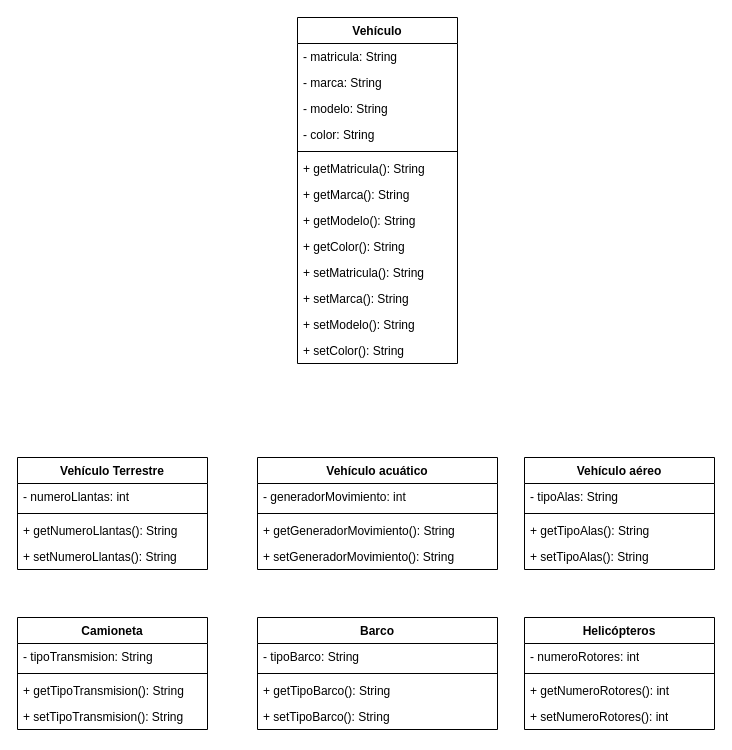
Above: Diagrama sin título.drawio in klichorf/diagramas (draw.io), before the change. Source tidied: cells renumbered, new cells numbered last; positions are measured from the earlier drawing's top-left corner, leaving out a move shared by most shapes. Both pictures are drawn from the tidied source at 100%, with x=0, y=0 at pixel (17, 17).
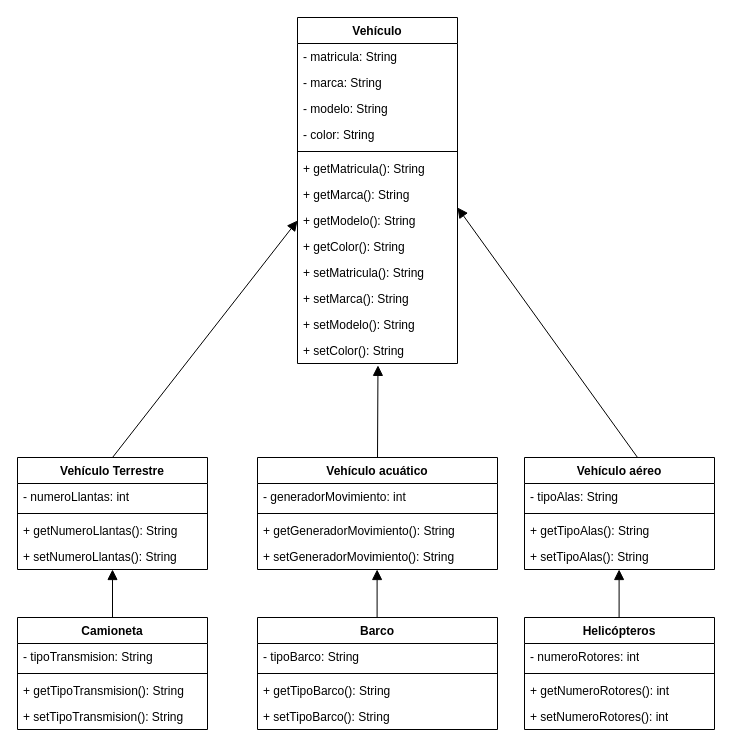
After the change.

Unchanged cells that the change refers to:
```xml
<mxCell id="2" value="Vehículo" style="swimlane;fontStyle=1;align=center;verticalAlign=top;horizontal=1;startSize=26;whiteSpace=wrap;html=1;" parent="1" vertex="1">
  <mxGeometry x="280" width="160" height="346" as="geometry" />
</mxCell>
<mxCell id="10" value="+ getModelo(): String" style="text;strokeColor=none;fillColor=none;align=left;verticalAlign=top;spacingLeft=4;spacingRight=4;overflow=hidden;points=[[0,0.5],[1,0.5]];portConstraint=eastwest;whiteSpace=wrap;html=1;" parent="2" vertex="1">
  <mxGeometry y="190" width="160" height="26" as="geometry" />
</mxCell>
<mxCell id="15" value="+ setColor(): String" style="text;strokeColor=none;fillColor=none;align=left;verticalAlign=top;spacingLeft=4;spacingRight=4;overflow=hidden;points=[[0,0.5],[1,0.5]];portConstraint=eastwest;whiteSpace=wrap;html=1;" parent="2" vertex="1">
  <mxGeometry y="320" width="160" height="26" as="geometry" />
</mxCell>
<mxCell id="16" value="Vehículo Terrestre" style="swimlane;fontStyle=1;align=center;verticalAlign=top;horizontal=1;startSize=26;whiteSpace=wrap;html=1;" parent="1" vertex="1">
  <mxGeometry y="440" width="190" height="112" as="geometry" />
</mxCell>
<mxCell id="20" value="+ setNumeroLlantas(): String" style="text;strokeColor=none;fillColor=none;align=left;verticalAlign=top;spacingLeft=4;spacingRight=4;overflow=hidden;points=[[0,0.5],[1,0.5]];portConstraint=eastwest;whiteSpace=wrap;html=1;" parent="16" vertex="1">
  <mxGeometry y="86" width="190" height="26" as="geometry" />
</mxCell>
<mxCell id="26" value="Vehículo aéreo" style="swimlane;fontStyle=1;align=center;verticalAlign=top;horizontal=1;startSize=26;whiteSpace=wrap;html=1;" parent="1" vertex="1">
  <mxGeometry x="507" y="440" width="190" height="112" as="geometry" />
</mxCell>
<mxCell id="31" value="Camioneta" style="swimlane;fontStyle=1;align=center;verticalAlign=top;horizontal=1;startSize=26;whiteSpace=wrap;html=1;" parent="1" vertex="1">
  <mxGeometry y="600" width="190" height="112" as="geometry" />
</mxCell>
```

Change to the diagram source:
```diff
@@
+    <mxCell id="46" style="html=1;verticalAlign=bottom;endArrow=block;curved=0;rounded=0;fontSize=12;startSize=8;endSize=8;exitX=0.595;exitY=0;exitDx=0;exitDy=0;entryX=0;entryY=0.5;entryDx=0;entryDy=0;exitPerimeter=0;" parent="2" edge="1" source="26">
+      <mxGeometry relative="1" as="geometry">
+        <mxPoint x="160" y="190" as="targetPoint" />
+      </mxGeometry>
+    </mxCell>
@@
+    <mxCell id="47" style="html=1;verticalAlign=bottom;endArrow=block;curved=0;rounded=0;fontSize=12;startSize=8;endSize=8;exitX=0.5;exitY=0;exitDx=0;exitDy=0;" parent="1" edge="1" source="31" target="20">
+      <mxGeometry relative="1" as="geometry" />
+    </mxCell>
+    <mxCell id="48" style="html=1;verticalAlign=bottom;endArrow=block;curved=0;rounded=0;fontSize=12;startSize=8;endSize=8;exitX=0.5;exitY=0;exitDx=0;exitDy=0;" parent="1" edge="1">
+      <mxGeometry relative="1" as="geometry">
+        <mxPoint x="359.6" y="600" as="sourcePoint" />
+        <mxPoint x="359.6" y="552" as="targetPoint" />
+      </mxGeometry>
+    </mxCell>
+    <mxCell id="49" style="html=1;verticalAlign=bottom;endArrow=block;curved=0;rounded=0;fontSize=12;startSize=8;endSize=8;exitX=0.5;exitY=0;exitDx=0;exitDy=0;" parent="1" edge="1">
+      <mxGeometry relative="1" as="geometry">
+        <mxPoint x="601.6" y="600" as="sourcePoint" />
+        <mxPoint x="601.6" y="552" as="targetPoint" />
+      </mxGeometry>
+    </mxCell>
+    <mxCell id="50" style="html=1;verticalAlign=bottom;endArrow=block;curved=0;rounded=0;fontSize=12;startSize=8;endSize=8;exitX=0.5;exitY=0;exitDx=0;exitDy=0;entryX=0;entryY=0.5;entryDx=0;entryDy=0;" parent="1" edge="1" source="16" target="10">
+      <mxGeometry relative="1" as="geometry" />
+    </mxCell>
+    <mxCell id="51" style="html=1;verticalAlign=bottom;endArrow=block;curved=0;rounded=0;fontSize=12;startSize=8;endSize=8;entryX=0.503;entryY=1.071;entryDx=0;entryDy=0;entryPerimeter=0;" parent="1" edge="1" target="15">
+      <mxGeometry relative="1" as="geometry">
+        <mxPoint x="360" y="440" as="sourcePoint" />
+      </mxGeometry>
+    </mxCell>
```
